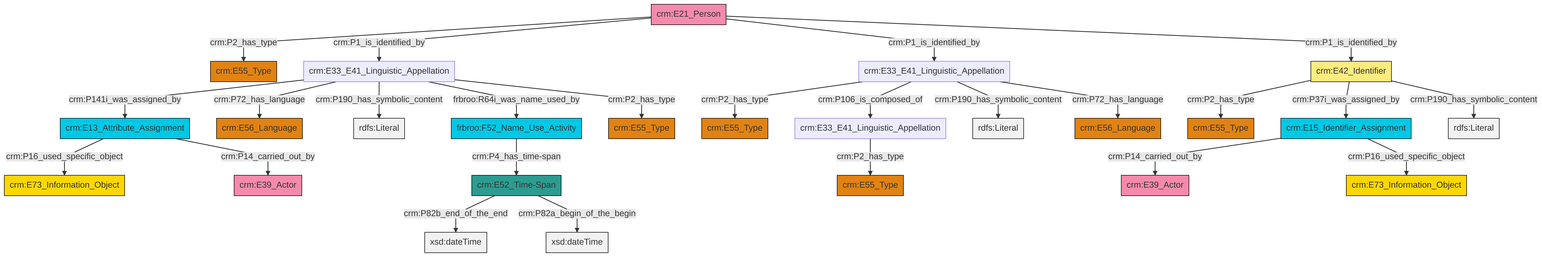
Earlier version of the Mermaid export et/personCSV/ttl/mmd/png/Person_Names_and_Classification.png (swiss-art-research-net/reference-data-models). Its source is kept beside it as et/personCSV/ttl/mmd/Person_Names_and_Classification.ttl.mmd.
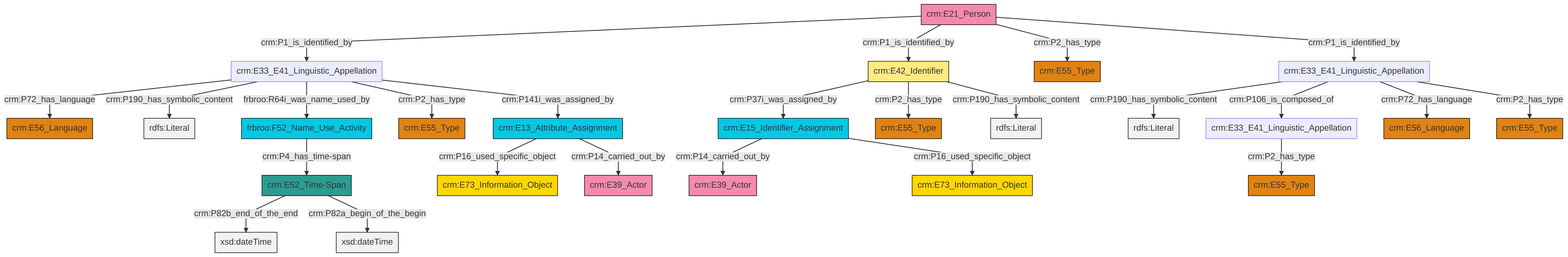
Above is the later version.

Diff of the diagram source:
```diff
@@ -13,27 +13,27 @@
 classDef PC_Classes fill:#4ce600, stroke:#000000;
 classDef Multi fill:#cccccc,stroke:#000000;
 
-0["crm:E33_E41_Linguistic_Appellation"]:::Default -->|crm:P141i_was_assigned_by| 1["crm:E13_Attribute_Assignment"]:::Temporal_Entity
-0["crm:E33_E41_Linguistic_Appellation"]:::Default -->|crm:P72_has_language| 2["crm:E56_Language"]:::Type
-9["crm:E33_E41_Linguistic_Appellation"]:::Default -->|crm:P2_has_type| 10["crm:E55_Type"]:::Type
-11["crm:E33_E41_Linguistic_Appellation"]:::Default -->|crm:P2_has_type| 5["crm:E55_Type"]:::Type
-11["crm:E33_E41_Linguistic_Appellation"]:::Default -->|crm:P106_is_composed_of| 9["crm:E33_E41_Linguistic_Appellation"]:::Default
-16["frbroo:F52_Name_Use_Activity"]:::Temporal_Entity -->|crm:P4_has_time-span| 14["crm:E52_Time-Span"]:::Time-Span
-0["crm:E33_E41_Linguistic_Appellation"]:::Default -->|crm:P190_has_symbolic_content| 17[rdfs:Literal]:::Literal
-18["crm:E42_Identifier"]:::Appellation -->|crm:P2_has_type| 19["crm:E55_Type"]:::Type
-18["crm:E42_Identifier"]:::Appellation -->|crm:P37i_was_assigned_by| 22["crm:E15_Identifier_Assignment"]:::Temporal_Entity
-23["crm:E21_Person"]:::Actor -->|crm:P2_has_type| 24["crm:E55_Type"]:::Type
-14["crm:E52_Time-Span"]:::Time-Span -->|crm:P82b_end_of_the_end| 25[xsd:dateTime]:::Literal
-0["crm:E33_E41_Linguistic_Appellation"]:::Default -->|frbroo:R64i_was_name_used_by| 16["frbroo:F52_Name_Use_Activity"]:::Temporal_Entity
-11["crm:E33_E41_Linguistic_Appellation"]:::Default -->|crm:P190_has_symbolic_content| 27[rdfs:Literal]:::Literal
-23["crm:E21_Person"]:::Actor -->|crm:P1_is_identified_by| 0["crm:E33_E41_Linguistic_Appellation"]:::Default
-0["crm:E33_E41_Linguistic_Appellation"]:::Default -->|crm:P2_has_type| 33["crm:E55_Type"]:::Type
-22["crm:E15_Identifier_Assignment"]:::Temporal_Entity -->|crm:P14_carried_out_by| 20["crm:E39_Actor"]:::Actor
-23["crm:E21_Person"]:::Actor -->|crm:P1_is_identified_by| 11["crm:E33_E41_Linguistic_Appellation"]:::Default
-14["crm:E52_Time-Span"]:::Time-Span -->|crm:P82a_begin_of_the_begin| 39[xsd:dateTime]:::Literal
-22["crm:E15_Identifier_Assignment"]:::Temporal_Entity -->|crm:P16_used_specific_object| 7["crm:E73_Information_Object"]:::Conceptual_Object
-1["crm:E13_Attribute_Assignment"]:::Temporal_Entity -->|crm:P16_used_specific_object| 12["crm:E73_Information_Object"]:::Conceptual_Object
-23["crm:E21_Person"]:::Actor -->|crm:P1_is_identified_by| 18["crm:E42_Identifier"]:::Appellation
-18["crm:E42_Identifier"]:::Appellation -->|crm:P190_has_symbolic_content| 43[rdfs:Literal]:::Literal
-11["crm:E33_E41_Linguistic_Appellation"]:::Default -->|crm:P72_has_language| 3["crm:E56_Language"]:::Type
-1["crm:E13_Attribute_Assignment"]:::Temporal_Entity -->|crm:P14_carried_out_by| 44["crm:E39_Actor"]:::Actor
+8["crm:E33_E41_Linguistic_Appellation"]:::Default -->|crm:P72_has_language| 9["crm:E56_Language"]:::Type
+10["crm:E33_E41_Linguistic_Appellation"]:::Default -->|crm:P190_has_symbolic_content| 11[rdfs:Literal]:::Literal
+13["crm:E42_Identifier"]:::Appellation -->|crm:P37i_was_assigned_by| 14["crm:E15_Identifier_Assignment"]:::Temporal_Entity
+13["crm:E42_Identifier"]:::Appellation -->|crm:P2_has_type| 15["crm:E55_Type"]:::Type
+10["crm:E33_E41_Linguistic_Appellation"]:::Default -->|crm:P106_is_composed_of| 17["crm:E33_E41_Linguistic_Appellation"]:::Default
+0["crm:E13_Attribute_Assignment"]:::Temporal_Entity -->|crm:P16_used_specific_object| 19["crm:E73_Information_Object"]:::Conceptual_Object
+8["crm:E33_E41_Linguistic_Appellation"]:::Default -->|crm:P190_has_symbolic_content| 20[rdfs:Literal]:::Literal
+21["frbroo:F52_Name_Use_Activity"]:::Temporal_Entity -->|crm:P4_has_time-span| 2["crm:E52_Time-Span"]:::Time-Span
+8["crm:E33_E41_Linguistic_Appellation"]:::Default -->|frbroo:R64i_was_name_used_by| 21["frbroo:F52_Name_Use_Activity"]:::Temporal_Entity
+13["crm:E42_Identifier"]:::Appellation -->|crm:P190_has_symbolic_content| 28[rdfs:Literal]:::Literal
+31["crm:E21_Person"]:::Actor -->|crm:P1_is_identified_by| 8["crm:E33_E41_Linguistic_Appellation"]:::Default
+10["crm:E33_E41_Linguistic_Appellation"]:::Default -->|crm:P72_has_language| 32["crm:E56_Language"]:::Type
+8["crm:E33_E41_Linguistic_Appellation"]:::Default -->|crm:P2_has_type| 4["crm:E55_Type"]:::Type
+10["crm:E33_E41_Linguistic_Appellation"]:::Default -->|crm:P2_has_type| 6["crm:E55_Type"]:::Type
+17["crm:E33_E41_Linguistic_Appellation"]:::Default -->|crm:P2_has_type| 22["crm:E55_Type"]:::Type
+14["crm:E15_Identifier_Assignment"]:::Temporal_Entity -->|crm:P14_carried_out_by| 38["crm:E39_Actor"]:::Actor
+2["crm:E52_Time-Span"]:::Time-Span -->|crm:P82b_end_of_the_end| 39[xsd:dateTime]:::Literal
+0["crm:E13_Attribute_Assignment"]:::Temporal_Entity -->|crm:P14_carried_out_by| 34["crm:E39_Actor"]:::Actor
+31["crm:E21_Person"]:::Actor -->|crm:P1_is_identified_by| 13["crm:E42_Identifier"]:::Appellation
+14["crm:E15_Identifier_Assignment"]:::Temporal_Entity -->|crm:P16_used_specific_object| 29["crm:E73_Information_Object"]:::Conceptual_Object
+31["crm:E21_Person"]:::Actor -->|crm:P2_has_type| 25["crm:E55_Type"]:::Type
+2["crm:E52_Time-Span"]:::Time-Span -->|crm:P82a_begin_of_the_begin| 45[xsd:dateTime]:::Literal
+31["crm:E21_Person"]:::Actor -->|crm:P1_is_identified_by| 10["crm:E33_E41_Linguistic_Appellation"]:::Default
+8["crm:E33_E41_Linguistic_Appellation"]:::Default -->|crm:P141i_was_assigned_by| 0["crm:E13_Attribute_Assignment"]:::Temporal_Entity
```
